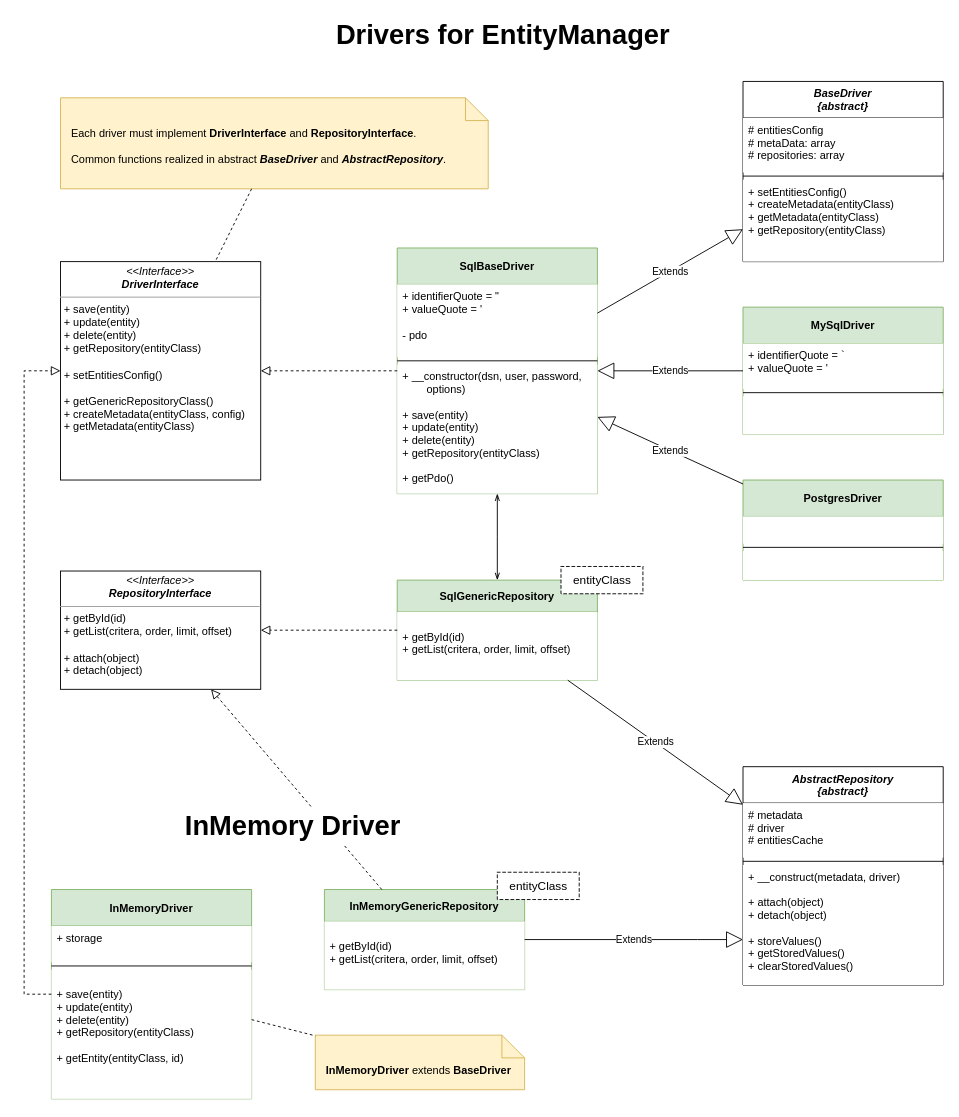
This is page "Drivers" (2 of 2) of docs/diagrams/EntityManager - class diagram.drawio from enoffspb/php-entity-manager, a draw.io file, before an edit. Source tidied: cells renumbered, new cells numbered last; positions are measured from the earlier drawing's top-left corner, leaving out a move shared by most shapes. Both pictures are drawn from the tidied source at 91%, with x=0, y=0 at pixel (24, 15).
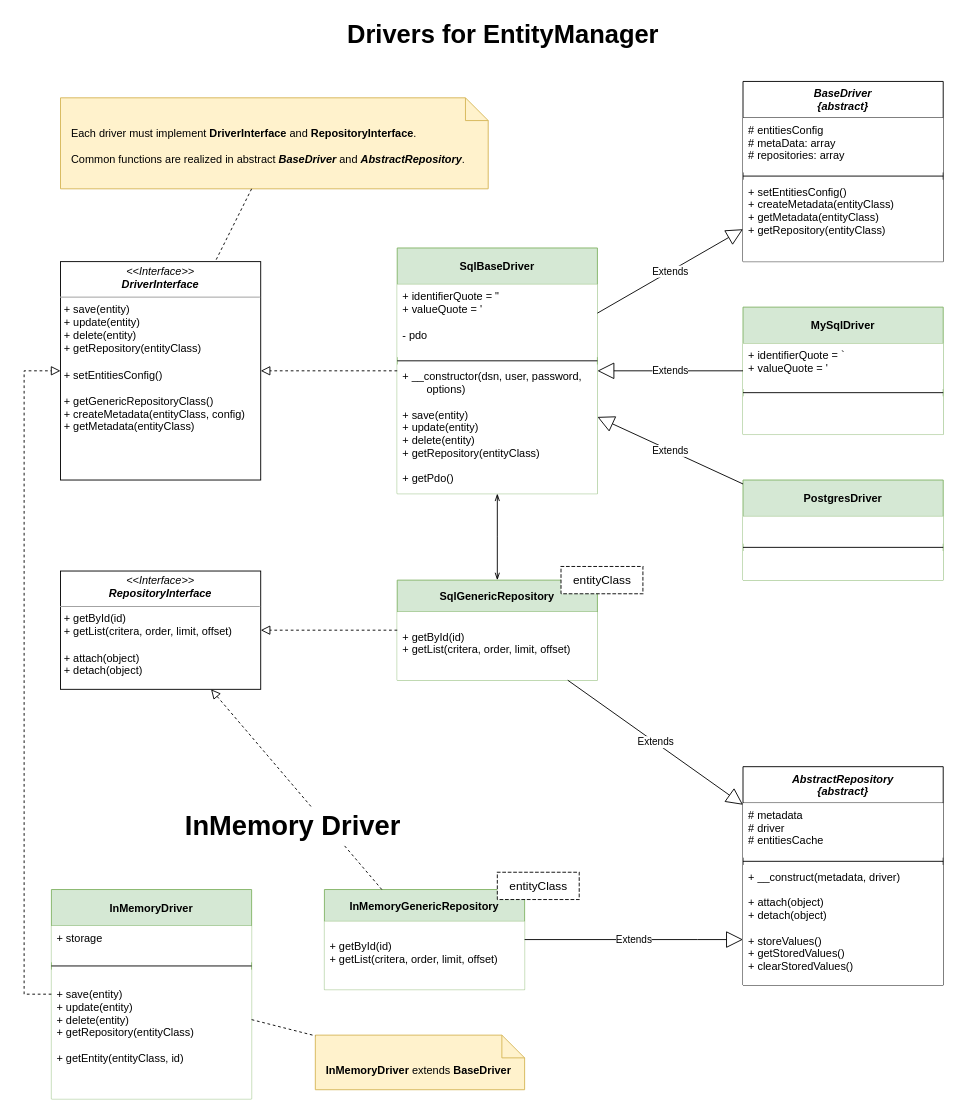
The same page after the edit.

Commit message:
Update the class diagram

What changed in the source:
```diff
@@
-    <mxCell id="28" value="Each driver must implement &lt;b&gt;DriverInterface&lt;/b&gt; and &lt;b&gt;RepositoryInterface&lt;/b&gt;.&lt;br&gt;&lt;br&gt;Common functions realized in abstract &lt;b&gt;&lt;i&gt;BaseDriver&lt;/i&gt;&lt;/b&gt; and &lt;b&gt;&lt;i&gt;AbstractRepository&lt;/i&gt;&lt;/b&gt;." style="shape=note2;boundedLbl=1;whiteSpace=wrap;html=1;size=25;verticalAlign=top;align=left;fillColor=#fff2cc;strokeColor=#d6b656;spacing=2;spacingLeft=10;spacingRight=10;" parent="1" vertex="1">
+    <mxCell id="28" value="Each driver must implement &lt;b&gt;DriverInterface&lt;/b&gt; and &lt;b&gt;RepositoryInterface&lt;/b&gt;.&lt;br&gt;&lt;br&gt;Common functions are realized in abstract &lt;b&gt;&lt;i&gt;BaseDriver&lt;/i&gt;&lt;/b&gt; and &lt;b&gt;&lt;i&gt;AbstractRepository&lt;/i&gt;&lt;/b&gt;." style="shape=note2;boundedLbl=1;whiteSpace=wrap;html=1;size=25;verticalAlign=top;align=left;fillColor=#fff2cc;strokeColor=#d6b656;spacing=2;spacingLeft=10;spacingRight=10;" parent="1" vertex="1">
       <mxGeometry x="40" y="90" width="470" height="100" as="geometry" />
     </mxCell>
@@
-    <mxCell id="45" value="Drivers for EntityManager" style="text;html=1;align=center;verticalAlign=middle;strokeColor=none;fillColor=none;fontSize=30;fontStyle=1;" parent="1" vertex="1">
-      <mxGeometry x="336" width="380" height="40" as="geometry" />
+    <mxCell id="45" value="Drivers for EntityManager" style="text;html=1;align=center;verticalAlign=middle;strokeColor=none;fillColor=none;fontSize=28;fontStyle=1;" parent="1" vertex="1">
+      <mxGeometry x="346" width="360" height="40" as="geometry" />
     </mxCell>
```
